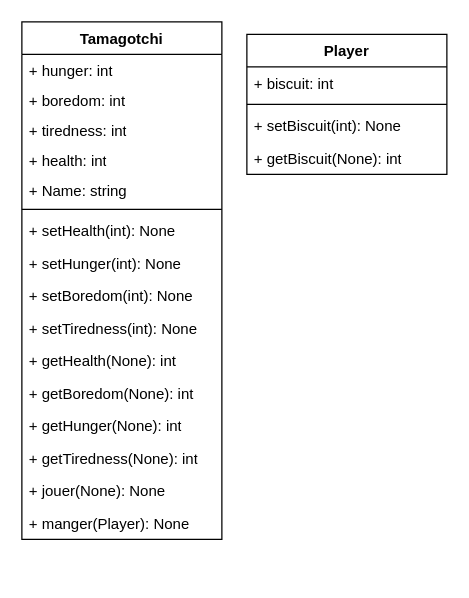
This is class diagram.drawio from Cavernos/Tamagotchi-Project, a draw.io file, before an edit. Source tidied: cells renumbered, new cells numbered last; positions are measured from the earlier drawing's top-left corner, leaving out a move shared by most shapes. Both pictures are drawn from the tidied source at 125%, with x=0, y=0 at pixel (21, 21).
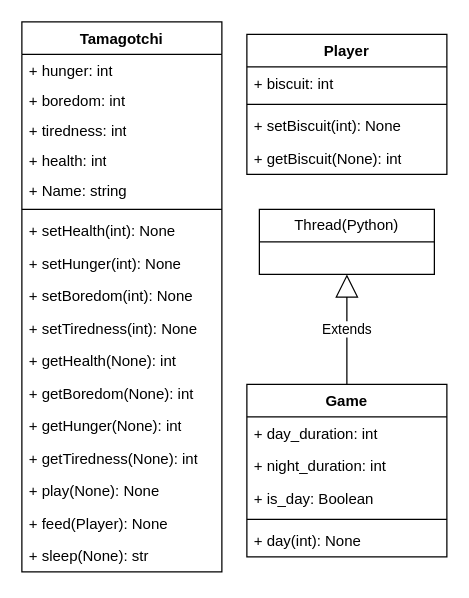
The same diagram, later.

Diff of the diagram source:
```diff
@@
     <mxCell id="2" value="Tamagotchi" style="swimlane;fontStyle=1;align=center;verticalAlign=top;horizontal=1;startSize=26;whiteSpace=wrap;html=1;" parent="1" vertex="1">
-      <mxGeometry width="160" height="414" as="geometry" />
+      <mxGeometry width="160" height="440" as="geometry" />
     </mxCell>
@@
-    <mxCell id="17" value="+ jouer(None): None&lt;br&gt;" style="text;strokeColor=none;fillColor=none;align=left;verticalAlign=top;spacingLeft=4;spacingRight=4;overflow=hidden;whiteSpace=wrap;html=1;" parent="2" vertex="1">
+    <mxCell id="17" value="+ play(None): None" style="text;strokeColor=none;fillColor=none;align=left;verticalAlign=top;spacingLeft=4;spacingRight=4;overflow=hidden;whiteSpace=wrap;html=1;" parent="2" vertex="1">
       <mxGeometry y="362" width="160" height="26" as="geometry" />
     </mxCell>
-    <mxCell id="18" value="+ manger(Player): None" style="text;strokeColor=none;fillColor=none;align=left;verticalAlign=top;spacingLeft=4;spacingRight=4;overflow=hidden;whiteSpace=wrap;html=1;" parent="2" vertex="1">
+    <mxCell id="18" value="+ feed(Player): None" style="text;strokeColor=none;fillColor=none;align=left;verticalAlign=top;spacingLeft=4;spacingRight=4;overflow=hidden;whiteSpace=wrap;html=1;" parent="2" vertex="1">
       <mxGeometry y="388" width="160" height="26" as="geometry" />
     </mxCell>
+    <mxCell id="24" value="+ sleep(None): str" style="text;strokeColor=none;fillColor=none;align=left;verticalAlign=top;spacingLeft=4;spacingRight=4;overflow=hidden;whiteSpace=wrap;html=1;" parent="2" vertex="1">
+      <mxGeometry y="414" width="160" height="26" as="geometry" />
+    </mxCell>
@@
+    <mxCell id="25" value="Game" style="swimlane;fontStyle=1;align=center;verticalAlign=top;horizontal=1;startSize=26;whiteSpace=wrap;html=1;" parent="1" vertex="1">
+      <mxGeometry x="180" y="290" width="160" height="138" as="geometry" />
+    </mxCell>
+    <mxCell id="26" value="+ day_duration: int" style="text;strokeColor=none;fillColor=none;align=left;verticalAlign=top;spacingLeft=4;spacingRight=4;overflow=hidden;whiteSpace=wrap;html=1;" parent="25" vertex="1">
+      <mxGeometry y="26" width="160" height="26" as="geometry" />
+    </mxCell>
+    <mxCell id="27" value="+ night_duration: int" style="text;strokeColor=none;fillColor=none;align=left;verticalAlign=top;spacingLeft=4;spacingRight=4;overflow=hidden;whiteSpace=wrap;html=1;" parent="25" vertex="1">
+      <mxGeometry y="52" width="160" height="26" as="geometry" />
+    </mxCell>
+    <mxCell id="28" value="+ is_day: Boolean" style="text;strokeColor=none;fillColor=none;align=left;verticalAlign=top;spacingLeft=4;spacingRight=4;overflow=hidden;whiteSpace=wrap;html=1;" parent="25" vertex="1">
+      <mxGeometry y="78" width="160" height="26" as="geometry" />
+    </mxCell>
+    <mxCell id="29" style="line;strokeWidth=1;fillColor=none;align=left;verticalAlign=middle;spacingTop=-1;spacingLeft=3;spacingRight=3;labelPosition=right;strokeColor=inherit;" parent="25" vertex="1">
+      <mxGeometry y="104" width="160" height="8" as="geometry" />
+    </mxCell>
+    <mxCell id="30" value="+ day(int): None" style="text;strokeColor=none;fillColor=none;align=left;verticalAlign=top;spacingLeft=4;spacingRight=4;overflow=hidden;whiteSpace=wrap;html=1;" parent="25" vertex="1">
+      <mxGeometry y="112" width="160" height="26" as="geometry" />
+    </mxCell>
+    <mxCell id="31" value="Thread(Python)" style="swimlane;fontStyle=0;horizontal=1;startSize=26;fillColor=none;whiteSpace=wrap;html=1;" parent="1" vertex="1">
+      <mxGeometry x="190" y="150" width="140" height="52" as="geometry" />
+    </mxCell>
+    <mxCell id="32" value="Extends" style="endArrow=block;endSize=16;endFill=0;html=1;rounded=0;entryX=0.5;entryY=1;entryDx=0;entryDy=0;exitX=0.5;exitY=0;exitDx=0;exitDy=0;" parent="1" edge="1" source="25" target="31">
+      <mxGeometry relative="1" as="geometry" />
+    </mxCell>
```
